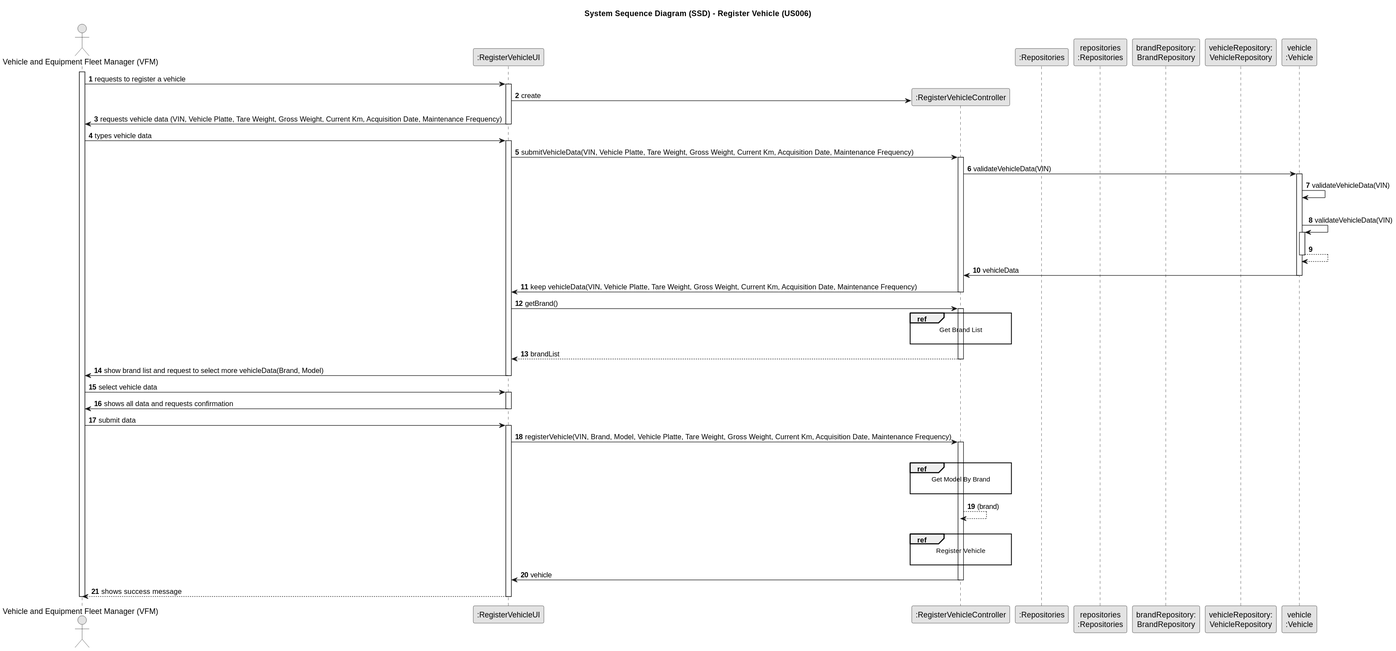
The PlantUML diagram docs/sprintB/us006/03.design/svg/us006-sequence-diagram-split.svg in ricardomm7/leaflink, before a commit.
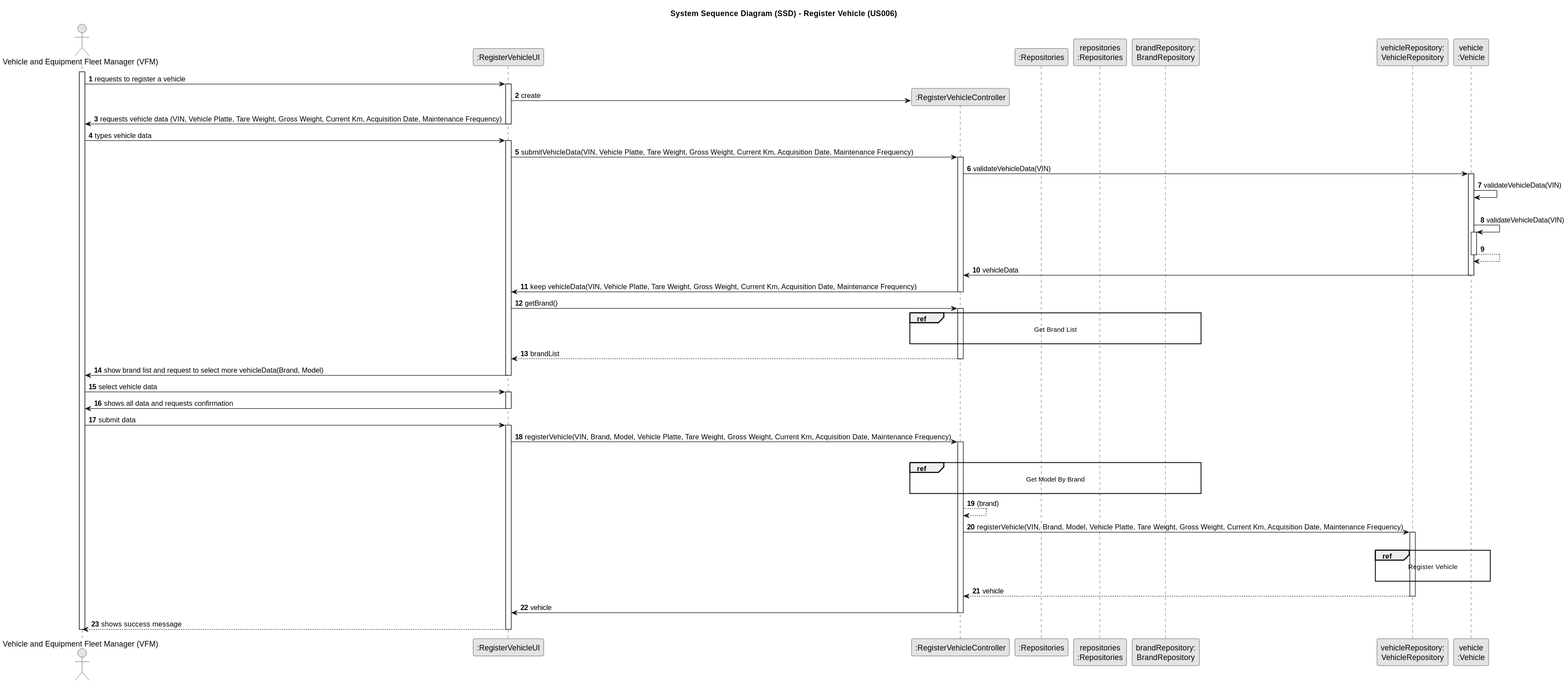
The same diagram one commit later.

What changed in the source:
```diff
@@ -55,7 +55,7 @@
         UI -> CTRL : getBrand()
         activate CTRL
 
-         ref over CTRL
+         ref over CTRL, RepositorySingleton, PLAT, BrandRepository
                     Get Brand List
 
                 end ref
@@ -78,7 +78,7 @@
         UI -> CTRL : registerVehicle(VIN, Brand, Model, Vehicle Platte, Tare Weight, Gross Weight, Current Km, Acquisition Date, Maintenance Frequency)
         activate CTRL
 
-         ref over CTRL
+         ref over CTRL, RepositorySingleton, PLAT, BrandRepository
                     Get Model By Brand
 
                 end ref
@@ -87,14 +87,19 @@
 
          CTRL --> CTRL : (brand)
 
+         CTRL -> VehicleRepository: registerVehicle(VIN, Brand, Model, Vehicle Platte, Tare Weight, Gross Weight, Current Km, Acquisition Date, Maintenance Frequency)
+         activate VehicleRepository
+
             |||
 
-            ref over CTRL
+                ref over VehicleRepository, VEI
                                 Register Vehicle
 
-                            end ref
+                end ref
+         VehicleRepository --> CTRL: vehicle
+         deactivate VehicleRepository
 
-                        deactivate BrandRepository
+         deactivate BrandRepository
 
             CTRL -> UI: vehicle
         deactivate CTRL
```
